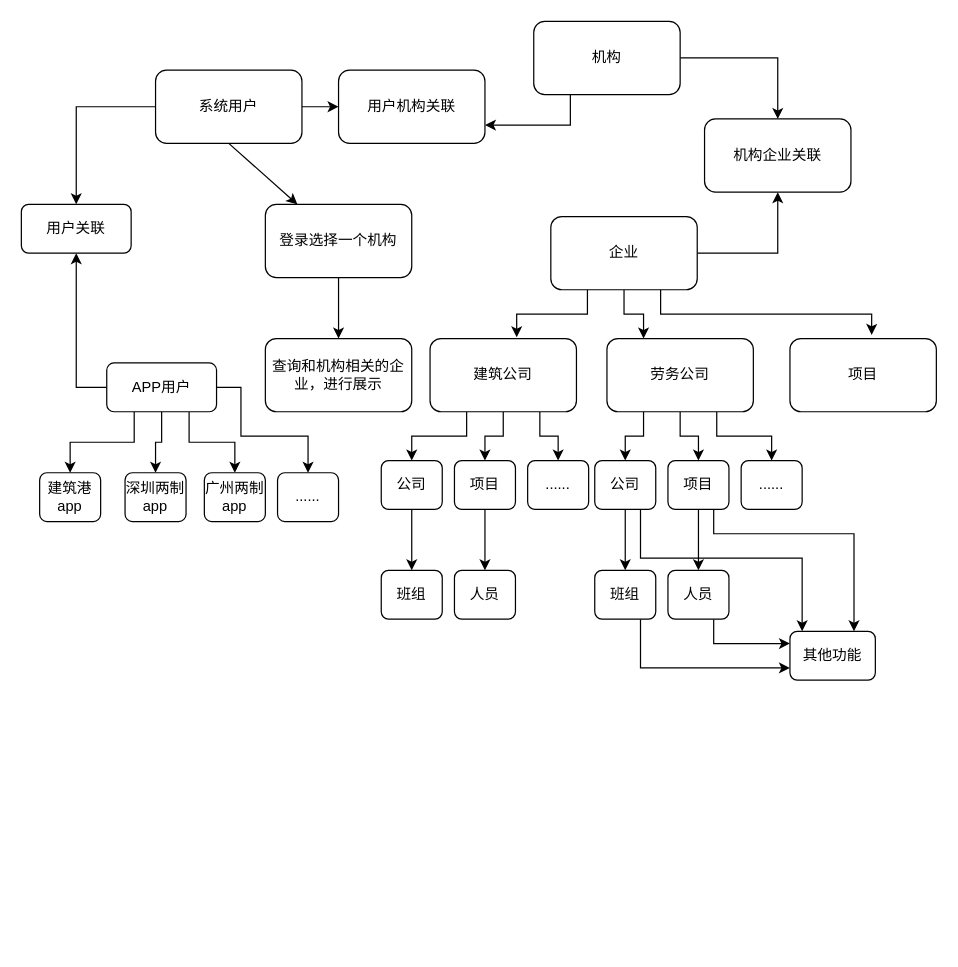
xiebinze/test keeps this draw.io diagram as 11.drawio. Above is the earlier version. Source tidied: cells renumbered, new cells numbered last; positions are measured from the earlier drawing's top-left corner, leaving out a move shared by most shapes. Both pictures are drawn from the tidied source at 122%, with x=0, y=0 at pixel (21, 21).
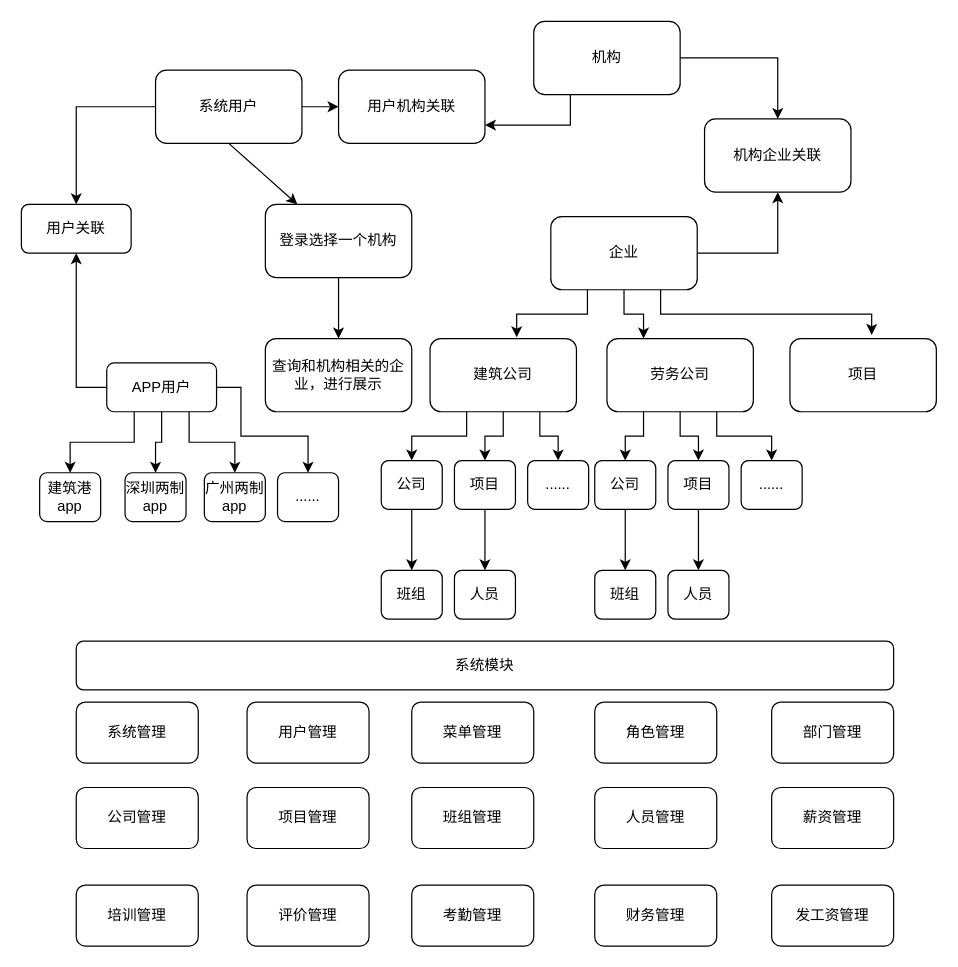
The same diagram, later.

The change refers to these unchanged cells:
```xml
<mxCell id="34" value="公司" style="rounded=1;whiteSpace=wrap;html=1;" parent="1" vertex="1">
  <mxGeometry x="470" y="360" width="50" height="40" as="geometry" />
</mxCell>
<mxCell id="37" value="项目" style="rounded=1;whiteSpace=wrap;html=1;" parent="1" vertex="1">
  <mxGeometry x="530" y="360" width="50" height="40" as="geometry" />
</mxCell>
<mxCell id="43" value="班组" style="rounded=1;whiteSpace=wrap;html=1;" parent="1" vertex="1">
  <mxGeometry x="470" y="450" width="50" height="40" as="geometry" />
</mxCell>
<mxCell id="45" value="人员" style="rounded=1;whiteSpace=wrap;html=1;" parent="1" vertex="1">
  <mxGeometry x="530" y="450" width="50" height="40" as="geometry" />
</mxCell>
```

Change to the diagram source:
```diff
@@
-    <mxCell id="33" style="edgeStyle=orthogonalEdgeStyle;rounded=0;jettySize=auto;html=1;exitX=0.75;exitY=1;exitDx=0;exitDy=0;entryX=0.143;entryY=0;entryDx=0;entryDy=0;entryPerimeter=0;" parent="1" edge="1" source="34" target="57">
-      <mxGeometry relative="1" as="geometry">
-        <Array as="points">
-          <mxPoint x="508" y="440" />
-          <mxPoint x="640" y="440" />
-        </Array>
-      </mxGeometry>
-    </mxCell>
@@
-    <mxCell id="36" style="edgeStyle=orthogonalEdgeStyle;rounded=0;jettySize=auto;html=1;exitX=0.75;exitY=1;exitDx=0;exitDy=0;entryX=0.75;entryY=0;entryDx=0;entryDy=0;" parent="1" edge="1" source="37" target="57">
-      <mxGeometry relative="1" as="geometry">
-        <Array as="points">
-          <mxPoint x="568" y="420" />
-          <mxPoint x="683" y="420" />
-        </Array>
-      </mxGeometry>
-    </mxCell>
@@
-    <mxCell id="42" style="edgeStyle=orthogonalEdgeStyle;rounded=0;jettySize=auto;html=1;exitX=0.75;exitY=1;exitDx=0;exitDy=0;entryX=0;entryY=0.75;entryDx=0;entryDy=0;" parent="1" edge="1" source="43" target="57">
-      <mxGeometry relative="1" as="geometry" />
-    </mxCell>
@@
-    <mxCell id="44" style="edgeStyle=orthogonalEdgeStyle;rounded=0;jettySize=auto;html=1;exitX=0.75;exitY=1;exitDx=0;exitDy=0;entryX=0;entryY=0.25;entryDx=0;entryDy=0;" parent="1" edge="1" source="45" target="57">
-      <mxGeometry relative="1" as="geometry" />
-    </mxCell>
@@
-    <mxCell id="57" value="其他功能" style="rounded=1;whiteSpace=wrap;html=1;" parent="1" vertex="1">
-      <mxGeometry x="630" y="500" width="70" height="40" as="geometry" />
-    </mxCell>
+    <mxCell id="58" value="用户管理" style="rounded=1;whiteSpace=wrap;html=1;" parent="1" vertex="1">
+      <mxGeometry x="185" y="558" width="100" height="50" as="geometry" />
+    </mxCell>
+    <mxCell id="59" value="系统管理" style="rounded=1;whiteSpace=wrap;html=1;" parent="1" vertex="1">
+      <mxGeometry x="45" y="558" width="100" height="50" as="geometry" />
+    </mxCell>
+    <mxCell id="60" value="角色管理" style="rounded=1;whiteSpace=wrap;html=1;" parent="1" vertex="1">
+      <mxGeometry x="470" y="558" width="100" height="50" as="geometry" />
+    </mxCell>
+    <mxCell id="61" value="菜单管理" style="rounded=1;whiteSpace=wrap;html=1;" parent="1" vertex="1">
+      <mxGeometry x="320" y="558" width="100" height="50" as="geometry" />
+    </mxCell>
+    <mxCell id="62" value="部门管理" style="rounded=1;whiteSpace=wrap;html=1;" parent="1" vertex="1">
+      <mxGeometry x="615" y="558" width="100" height="50" as="geometry" />
+    </mxCell>
+    <mxCell id="63" value="项目管理" style="rounded=1;whiteSpace=wrap;html=1;" parent="1" vertex="1">
+      <mxGeometry x="185" y="628" width="100" height="50" as="geometry" />
+    </mxCell>
+    <mxCell id="64" value="公司管理" style="rounded=1;whiteSpace=wrap;html=1;" parent="1" vertex="1">
+      <mxGeometry x="45" y="628" width="100" height="50" as="geometry" />
+    </mxCell>
+    <mxCell id="65" value="人员管理" style="rounded=1;whiteSpace=wrap;html=1;" parent="1" vertex="1">
+      <mxGeometry x="470" y="628" width="100" height="50" as="geometry" />
+    </mxCell>
+    <mxCell id="66" value="班组管理" style="rounded=1;whiteSpace=wrap;html=1;" parent="1" vertex="1">
+      <mxGeometry x="320" y="628" width="100" height="50" as="geometry" />
+    </mxCell>
+    <mxCell id="67" value="薪资管理" style="rounded=1;whiteSpace=wrap;html=1;" parent="1" vertex="1">
+      <mxGeometry x="615" y="628" width="100" height="50" as="geometry" />
+    </mxCell>
+    <mxCell id="68" value="评价管理" style="rounded=1;whiteSpace=wrap;html=1;" parent="1" vertex="1">
+      <mxGeometry x="185" y="708" width="100" height="50" as="geometry" />
+    </mxCell>
+    <mxCell id="69" value="培训管理" style="rounded=1;whiteSpace=wrap;html=1;" parent="1" vertex="1">
+      <mxGeometry x="45" y="708" width="100" height="50" as="geometry" />
+    </mxCell>
+    <mxCell id="70" value="财务管理" style="rounded=1;whiteSpace=wrap;html=1;" parent="1" vertex="1">
+      <mxGeometry x="470" y="708" width="100" height="50" as="geometry" />
+    </mxCell>
+    <mxCell id="71" value="考勤管理" style="rounded=1;whiteSpace=wrap;html=1;" parent="1" vertex="1">
+      <mxGeometry x="320" y="708" width="100" height="50" as="geometry" />
+    </mxCell>
+    <mxCell id="72" value="发工资管理" style="rounded=1;whiteSpace=wrap;html=1;" parent="1" vertex="1">
+      <mxGeometry x="615" y="708" width="100" height="50" as="geometry" />
+    </mxCell>
+    <mxCell id="73" value="系统模块" style="rounded=1;whiteSpace=wrap;html=1;" parent="1" vertex="1">
+      <mxGeometry x="45" y="508" width="670" height="40" as="geometry" />
+    </mxCell>
```
